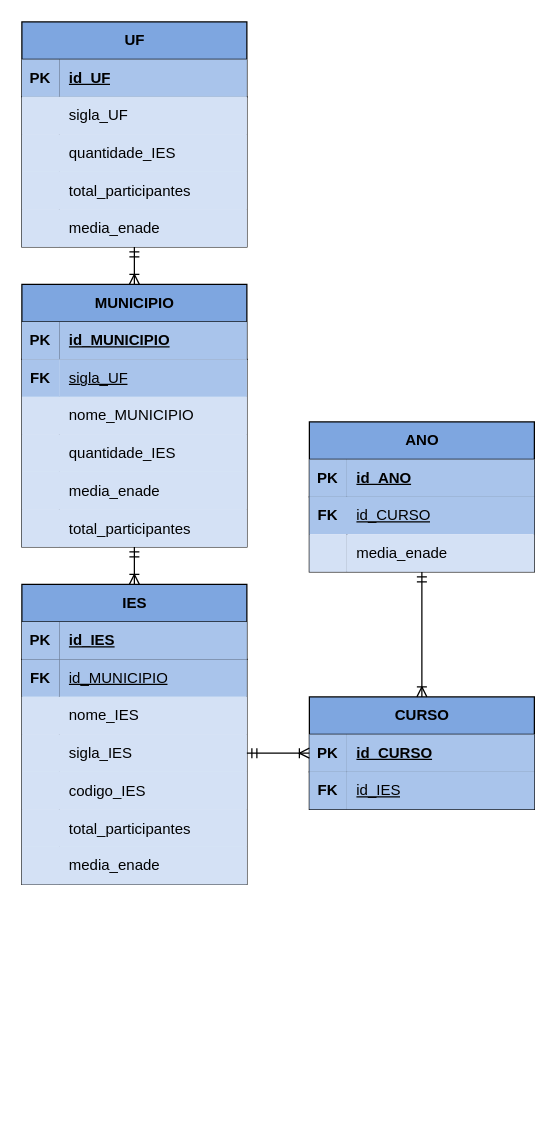
Above: Diagrama_Conceitual.drawio in Jmvjr/MC536_Project (draw.io), before the change. Source tidied: cells renumbered, new cells numbered last; positions are measured from the earlier drawing's top-left corner, leaving out a move shared by most shapes. Both pictures are drawn from the tidied source at 125%, with x=0, y=0 at pixel (21, 21).
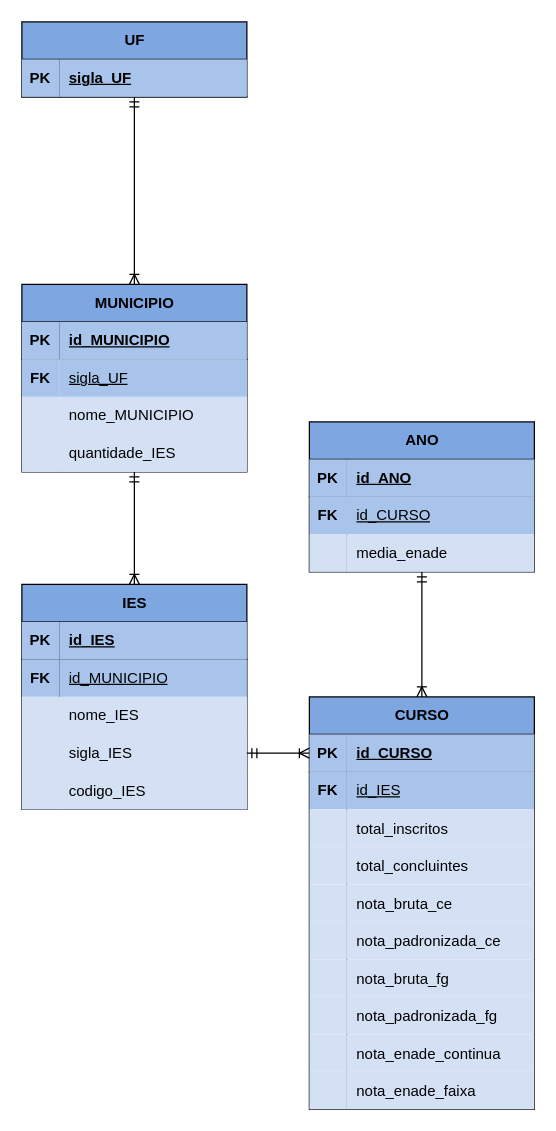
The same page after the edit.

Unchanged cells that the change refers to:
```xml
<mxCell id="25" style="shape=tableRow;horizontal=0;startSize=0;swimlaneHead=0;swimlaneBody=0;fillColor=none;top=0;left=0;right=0;bottom=1;" parent="24" vertex="1">
  <mxGeometry y="30" width="180" height="30" as="geometry" />
</mxCell>
```

The edit, as a diff of the source:
```diff
@@
     <mxCell id="2" value="IES" style="shape=table;startSize=30;childLayout=tableLayout;rowLines=0;fontStyle=1;align=center;html=1;fillColor=#7EA6E0;" parent="1" vertex="1">
-      <mxGeometry y="450" width="180" height="240" as="geometry" />
+      <mxGeometry y="450" width="180" height="180" as="geometry" />
     </mxCell>
@@
-    <mxCell id="18" style="shape=tableRow;horizontal=0;startSize=0;swimlaneHead=0;swimlaneBody=0;fillColor=#D4E1F5;top=0;left=0;right=0;bottom=0;" parent="2" vertex="1">
-      <mxGeometry y="180" width="180" height="30" as="geometry" />
-    </mxCell>
-    <mxCell id="19" style="shape=partialRectangle;fillColor=#D4E1F5;top=0;left=0;bottom=0;right=0;overflow=hidden;" parent="18" vertex="1">
-      <mxGeometry width="30" height="30" as="geometry" />
-    </mxCell>
-    <mxCell id="20" value="total_participantes" style="shape=partialRectangle;fillColor=#D4E1F5;top=0;left=0;bottom=0;right=0;align=left;spacingLeft=6;overflow=hidden;" parent="18" vertex="1">
-      <mxGeometry x="30" width="150" height="30" as="geometry" />
-    </mxCell>
-    <mxCell id="21" style="shape=tableRow;horizontal=0;startSize=0;swimlaneHead=0;swimlaneBody=0;fillColor=#D4E1F5;top=0;left=0;right=0;bottom=0;" parent="2" vertex="1">
-      <mxGeometry y="210" width="180" height="30" as="geometry" />
-    </mxCell>
-    <mxCell id="22" style="shape=partialRectangle;fillColor=#D4E1F5;top=0;left=0;bottom=0;right=0;overflow=hidden;whiteSpace=wrap;html=1;" parent="21" vertex="1">
-      <mxGeometry width="30" height="30" as="geometry" />
-    </mxCell>
-    <mxCell id="23" value="media_enade" style="shape=partialRectangle;fillColor=#D4E1F5;top=0;left=0;bottom=0;right=0;align=left;spacingLeft=6;overflow=hidden;whiteSpace=wrap;html=1;" parent="21" vertex="1">
-      <mxGeometry x="30" width="150" height="30" as="geometry" />
-    </mxCell>
     <mxCell id="24" value="UF" style="shape=table;startSize=30;childLayout=tableLayout;rowLines=0;fontStyle=1;align=center;html=1;fillColor=#7EA6E0;" parent="1" vertex="1">
-      <mxGeometry width="180" height="180" as="geometry" />
+      <mxGeometry width="180" height="60" as="geometry" />
     </mxCell>
@@
-    <mxCell id="27" value="id_UF" style="shape=partialRectangle;fillColor=#A9C4EB;top=0;left=0;bottom=0;right=0;align=left;spacingLeft=6;fontStyle=5;overflow=hidden;whiteSpace=wrap;html=1;" parent="25" vertex="1">
+    <mxCell id="27" value="sigla_UF" style="shape=partialRectangle;fillColor=#A9C4EB;top=0;left=0;bottom=0;right=0;align=left;spacingLeft=6;fontStyle=5;overflow=hidden;whiteSpace=wrap;html=1;" parent="25" vertex="1">
       <mxGeometry x="30" width="150" height="30" as="geometry" />
     </mxCell>
-    <mxCell id="28" style="shape=tableRow;horizontal=0;startSize=0;swimlaneHead=0;swimlaneBody=0;fillColor=#D4E1F5;top=0;left=0;right=0;bottom=0;" parent="24" vertex="1">
-      <mxGeometry y="60" width="180" height="30" as="geometry" />
-    </mxCell>
-    <mxCell id="29" style="shape=partialRectangle;fillColor=#D4E1F5;top=0;left=0;bottom=0;right=0;overflow=hidden;whiteSpace=wrap;html=1;" parent="28" vertex="1">
-      <mxGeometry width="30" height="30" as="geometry" />
-    </mxCell>
-    <mxCell id="30" value="sigla_UF" style="shape=partialRectangle;fillColor=#D4E1F5;top=0;left=0;bottom=0;right=0;align=left;spacingLeft=6;overflow=hidden;whiteSpace=wrap;html=1;" parent="28" vertex="1">
-      <mxGeometry x="30" width="150" height="30" as="geometry" />
-    </mxCell>
-    <mxCell id="31" style="shape=tableRow;horizontal=0;startSize=0;swimlaneHead=0;swimlaneBody=0;fillColor=#D4E1F5;top=0;left=0;right=0;bottom=0;" parent="24" vertex="1">
-      <mxGeometry y="90" width="180" height="30" as="geometry" />
-    </mxCell>
-    <mxCell id="32" style="shape=partialRectangle;fillColor=#D4E1F5;top=0;left=0;bottom=0;right=0;overflow=hidden;whiteSpace=wrap;html=1;" parent="31" vertex="1">
-      <mxGeometry width="30" height="30" as="geometry" />
-    </mxCell>
-    <mxCell id="33" value="quantidade_IES" style="shape=partialRectangle;fillColor=#D4E1F5;top=0;left=0;bottom=0;right=0;align=left;spacingLeft=6;overflow=hidden;whiteSpace=wrap;html=1;" parent="31" vertex="1">
-      <mxGeometry x="30" width="150" height="30" as="geometry" />
-    </mxCell>
-    <mxCell id="34" style="shape=tableRow;horizontal=0;startSize=0;swimlaneHead=0;swimlaneBody=0;fillColor=#D4E1F5;top=0;left=0;right=0;bottom=0;" parent="24" vertex="1">
-      <mxGeometry y="120" width="180" height="30" as="geometry" />
-    </mxCell>
-    <mxCell id="35" style="shape=partialRectangle;fillColor=#D4E1F5;top=0;left=0;bottom=0;right=0;overflow=hidden;" parent="34" vertex="1">
-      <mxGeometry width="30" height="30" as="geometry" />
-    </mxCell>
-    <mxCell id="36" value="total_participantes" style="shape=partialRectangle;fillColor=#D4E1F5;top=0;left=0;bottom=0;right=0;align=left;spacingLeft=6;overflow=hidden;" parent="34" vertex="1">
-      <mxGeometry x="30" width="150" height="30" as="geometry" />
-    </mxCell>
-    <mxCell id="37" style="shape=tableRow;horizontal=0;startSize=0;swimlaneHead=0;swimlaneBody=0;fillColor=#D4E1F5;top=0;left=0;right=0;bottom=0;" parent="24" vertex="1">
-      <mxGeometry y="150" width="180" height="30" as="geometry" />
-    </mxCell>
-    <mxCell id="38" style="shape=partialRectangle;fillColor=#D4E1F5;top=0;left=0;bottom=0;right=0;overflow=hidden;whiteSpace=wrap;html=1;" parent="37" vertex="1">
-      <mxGeometry width="30" height="30" as="geometry" />
-    </mxCell>
-    <mxCell id="39" value="media_enade" style="shape=partialRectangle;fillColor=#D4E1F5;top=0;left=0;bottom=0;right=0;align=left;spacingLeft=6;overflow=hidden;whiteSpace=wrap;html=1;" parent="37" vertex="1">
-      <mxGeometry x="30" width="150" height="30" as="geometry" />
-    </mxCell>
     <mxCell id="40" value="CURSO" style="shape=table;startSize=30;childLayout=tableLayout;rowLines=0;fontStyle=1;align=center;html=1;fillColor=#7EA6E0;" parent="1" vertex="1">
-      <mxGeometry x="230" y="540" width="180" height="90" as="geometry" />
+      <mxGeometry x="230" y="540" width="180" height="330" as="geometry" />
     </mxCell>
@@
+    <mxCell id="80" style="shape=tableRow;horizontal=0;startSize=0;swimlaneHead=0;swimlaneBody=0;fillColor=none;top=0;left=0;right=0;bottom=0;" parent="40" vertex="1">
+      <mxGeometry y="90" width="180" height="30" as="geometry" />
+    </mxCell>
+    <mxCell id="81" style="shape=partialRectangle;fillColor=#D4E1F5;top=0;left=0;bottom=0;right=0;overflow=hidden;" parent="80" vertex="1">
+      <mxGeometry width="30" height="30" as="geometry" />
+    </mxCell>
+    <mxCell id="82" value="total_inscritos" style="shape=partialRectangle;fillColor=#D4E1F5;top=0;left=0;bottom=0;right=0;align=left;spacingLeft=6;overflow=hidden;" parent="80" vertex="1">
+      <mxGeometry x="30" width="150" height="30" as="geometry" />
+    </mxCell>
+    <mxCell id="83" style="shape=tableRow;horizontal=0;startSize=0;swimlaneHead=0;swimlaneBody=0;fillColor=none;top=0;left=0;right=0;bottom=0;" parent="40" vertex="1">
+      <mxGeometry y="120" width="180" height="30" as="geometry" />
+    </mxCell>
+    <mxCell id="84" style="shape=partialRectangle;fillColor=#D4E1F5;top=0;left=0;bottom=0;right=0;overflow=hidden;" parent="83" vertex="1">
+      <mxGeometry width="30" height="30" as="geometry" />
+    </mxCell>
+    <mxCell id="85" value="total_concluintes" style="shape=partialRectangle;fillColor=#D4E1F5;top=0;left=0;bottom=0;right=0;align=left;spacingLeft=6;overflow=hidden;" parent="83" vertex="1">
+      <mxGeometry x="30" width="150" height="30" as="geometry" />
+    </mxCell>
+    <mxCell id="86" style="shape=tableRow;horizontal=0;startSize=0;swimlaneHead=0;swimlaneBody=0;fillColor=none;top=0;left=0;right=0;bottom=0;" parent="40" vertex="1">
+      <mxGeometry y="150" width="180" height="30" as="geometry" />
+    </mxCell>
+    <mxCell id="87" style="shape=partialRectangle;fillColor=#D4E1F5;top=0;left=0;bottom=0;right=0;overflow=hidden;" parent="86" vertex="1">
+      <mxGeometry width="30" height="30" as="geometry" />
+    </mxCell>
+    <mxCell id="88" value="nota_bruta_ce" style="shape=partialRectangle;fillColor=#D4E1F5;top=0;left=0;bottom=0;right=0;align=left;spacingLeft=6;overflow=hidden;" parent="86" vertex="1">
+      <mxGeometry x="30" width="150" height="30" as="geometry" />
+    </mxCell>
+    <mxCell id="89" style="shape=tableRow;horizontal=0;startSize=0;swimlaneHead=0;swimlaneBody=0;fillColor=none;top=0;left=0;right=0;bottom=0;" parent="40" vertex="1">
+      <mxGeometry y="180" width="180" height="30" as="geometry" />
+    </mxCell>
+    <mxCell id="90" style="shape=partialRectangle;fillColor=#D4E1F5;top=0;left=0;bottom=0;right=0;overflow=hidden;" parent="89" vertex="1">
+      <mxGeometry width="30" height="30" as="geometry" />
+    </mxCell>
+    <mxCell id="91" value="nota_padronizada_ce" style="shape=partialRectangle;fillColor=#D4E1F5;top=0;left=0;bottom=0;right=0;align=left;spacingLeft=6;overflow=hidden;" parent="89" vertex="1">
+      <mxGeometry x="30" width="150" height="30" as="geometry" />
+    </mxCell>
+    <mxCell id="92" style="shape=tableRow;horizontal=0;startSize=0;swimlaneHead=0;swimlaneBody=0;fillColor=none;top=0;left=0;right=0;bottom=0;" parent="40" vertex="1">
+      <mxGeometry y="210" width="180" height="30" as="geometry" />
+    </mxCell>
+    <mxCell id="93" style="shape=partialRectangle;fillColor=#D4E1F5;top=0;left=0;bottom=0;right=0;overflow=hidden;" parent="92" vertex="1">
+      <mxGeometry width="30" height="30" as="geometry" />
+    </mxCell>
+    <mxCell id="94" value="nota_bruta_fg" style="shape=partialRectangle;fillColor=#D4E1F5;top=0;left=0;bottom=0;right=0;align=left;spacingLeft=6;overflow=hidden;" parent="92" vertex="1">
+      <mxGeometry x="30" width="150" height="30" as="geometry" />
+    </mxCell>
+    <mxCell id="95" style="shape=tableRow;horizontal=0;startSize=0;swimlaneHead=0;swimlaneBody=0;fillColor=none;top=0;left=0;right=0;bottom=0;" parent="40" vertex="1">
+      <mxGeometry y="240" width="180" height="30" as="geometry" />
+    </mxCell>
+    <mxCell id="96" style="shape=partialRectangle;fillColor=#D4E1F5;top=0;left=0;bottom=0;right=0;overflow=hidden;" parent="95" vertex="1">
+      <mxGeometry width="30" height="30" as="geometry" />
+    </mxCell>
+    <mxCell id="97" value="nota_padronizada_fg" style="shape=partialRectangle;fillColor=#D4E1F5;top=0;left=0;bottom=0;right=0;align=left;spacingLeft=6;overflow=hidden;" parent="95" vertex="1">
+      <mxGeometry x="30" width="150" height="30" as="geometry" />
+    </mxCell>
+    <mxCell id="98" style="shape=tableRow;horizontal=0;startSize=0;swimlaneHead=0;swimlaneBody=0;fillColor=none;top=0;left=0;right=0;bottom=0;" parent="40" vertex="1">
+      <mxGeometry y="270" width="180" height="30" as="geometry" />
+    </mxCell>
+    <mxCell id="99" style="shape=partialRectangle;fillColor=#D4E1F5;top=0;left=0;bottom=0;right=0;overflow=hidden;" parent="98" vertex="1">
+      <mxGeometry width="30" height="30" as="geometry" />
+    </mxCell>
+    <mxCell id="100" value="nota_enade_continua" style="shape=partialRectangle;fillColor=#D4E1F5;top=0;left=0;bottom=0;right=0;align=left;spacingLeft=6;overflow=hidden;" parent="98" vertex="1">
+      <mxGeometry x="30" width="150" height="30" as="geometry" />
+    </mxCell>
+    <mxCell id="101" style="shape=tableRow;horizontal=0;startSize=0;swimlaneHead=0;swimlaneBody=0;fillColor=none;top=0;left=0;right=0;bottom=0;" parent="40" vertex="1">
+      <mxGeometry y="300" width="180" height="30" as="geometry" />
+    </mxCell>
+    <mxCell id="102" style="shape=partialRectangle;fillColor=#D4E1F5;top=0;left=0;bottom=0;right=0;overflow=hidden;" parent="101" vertex="1">
+      <mxGeometry width="30" height="30" as="geometry" />
+    </mxCell>
+    <mxCell id="103" value="nota_enade_faixa" style="shape=partialRectangle;fillColor=#D4E1F5;top=0;left=0;bottom=0;right=0;align=left;spacingLeft=6;overflow=hidden;" parent="101" vertex="1">
+      <mxGeometry x="30" width="150" height="30" as="geometry" />
+    </mxCell>
@@
     <mxCell id="57" value="MUNICIPIO" style="shape=table;startSize=30;childLayout=tableLayout;rowLines=0;fontStyle=1;align=center;html=1;fillColor=#7EA6E0;strokeColor=#000000;" parent="1" vertex="1">
-      <mxGeometry y="210" width="180" height="210" as="geometry" />
+      <mxGeometry y="210" width="180" height="150" as="geometry" />
     </mxCell>
@@
-    <mxCell id="70" style="shape=tableRow;horizontal=0;startSize=0;swimlaneHead=0;swimlaneBody=0;fillColor=#D4E1F5;top=0;left=0;right=0;bottom=0;" parent="57" vertex="1">
-      <mxGeometry y="150" width="180" height="30" as="geometry" />
-    </mxCell>
-    <mxCell id="71" style="shape=partialRectangle;fillColor=#D4E1F5;top=0;left=0;bottom=0;right=0;overflow=hidden;" parent="70" vertex="1">
-      <mxGeometry width="30" height="30" as="geometry" />
-    </mxCell>
-    <mxCell id="72" value="media_enade" style="shape=partialRectangle;fillColor=#D4E1F5;top=0;left=0;bottom=0;right=0;align=left;spacingLeft=6;overflow=hidden;" parent="70" vertex="1">
-      <mxGeometry x="30" width="150" height="30" as="geometry" />
-    </mxCell>
-    <mxCell id="73" style="shape=tableRow;horizontal=0;startSize=0;swimlaneHead=0;swimlaneBody=0;fillColor=#D4E1F5;top=0;left=0;right=0;bottom=0;" parent="57" vertex="1">
-      <mxGeometry y="180" width="180" height="30" as="geometry" />
-    </mxCell>
-    <mxCell id="74" style="shape=partialRectangle;fillColor=#D4E1F5;top=0;left=0;bottom=0;right=0;overflow=hidden;" parent="73" vertex="1">
-      <mxGeometry width="30" height="30" as="geometry" />
-    </mxCell>
-    <mxCell id="75" value="total_participantes" style="shape=partialRectangle;fillColor=#D4E1F5;top=0;left=0;bottom=0;right=0;align=left;spacingLeft=6;overflow=hidden;" parent="73" vertex="1">
-      <mxGeometry x="30" width="150" height="30" as="geometry" />
-    </mxCell>
```
